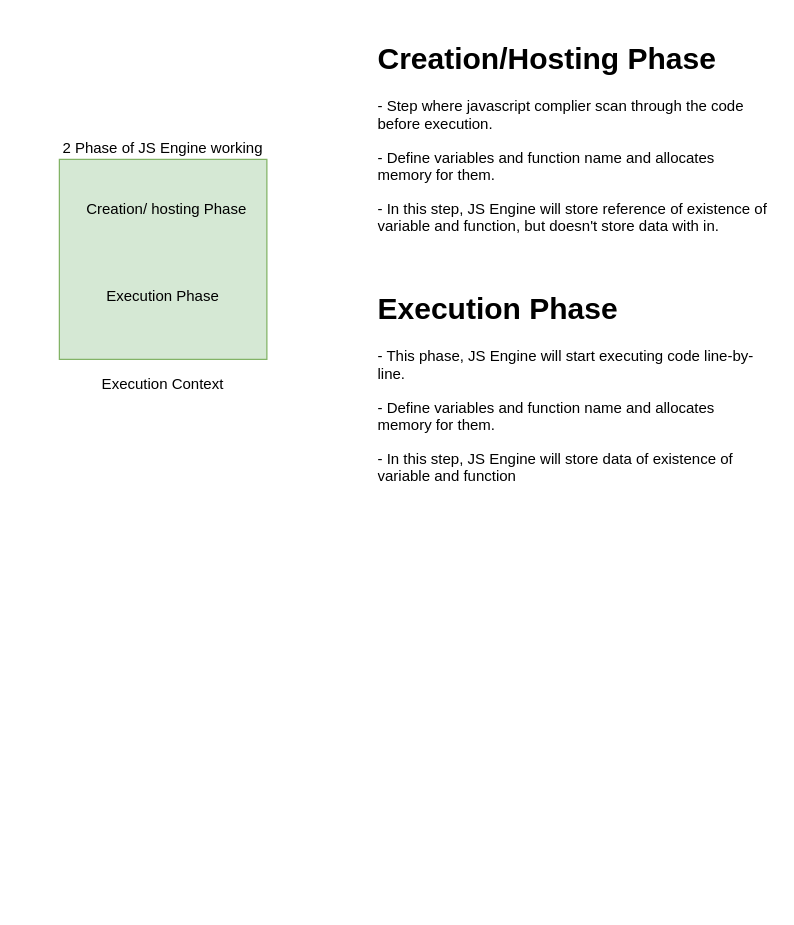
Above: page "001 - What is two phase of JS" (1 of 4) of diagram/Execution Stack.drawio in shashankshetty1996/pb-javascript-course (draw.io), before the change. Source tidied: cells renumbered, new cells numbered last; positions are measured from the earlier drawing's top-left corner, leaving out a move shared by most shapes. Both pictures are drawn from the tidied source at 125%, with x=0, y=0 at pixel (59, 34).
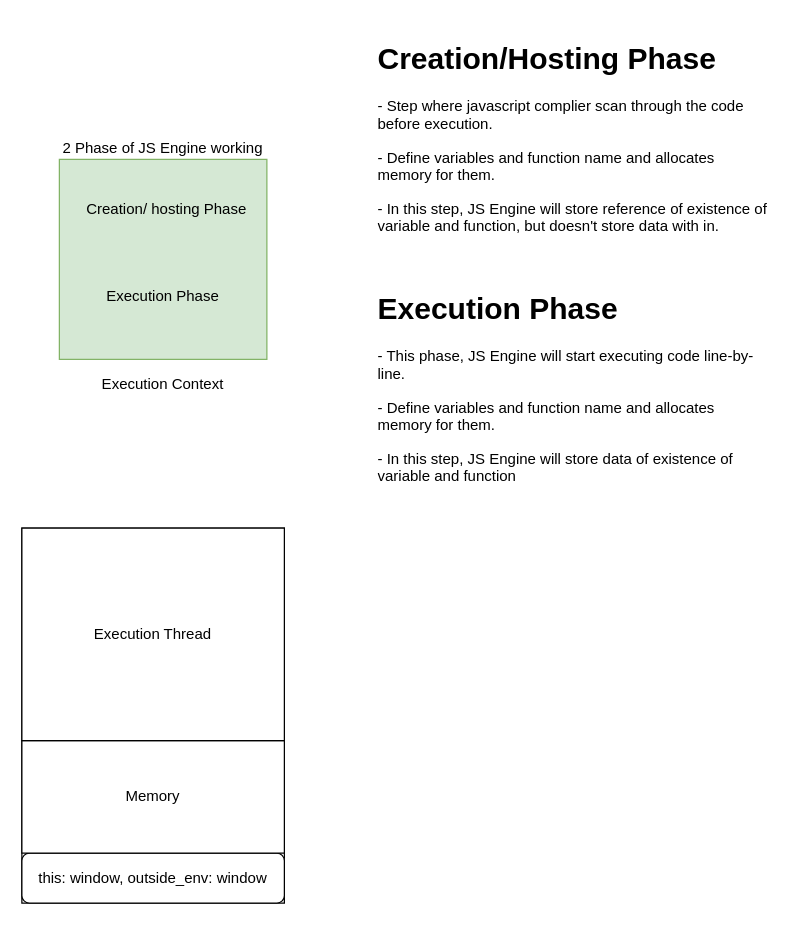
Above is the later version.

Commit message (it also covers changes not shown here):
Execution context function scope and this

Diff of the diagram source:
```diff
@@
 <mxGraphModel>
   <root>
     <mxCell id="0" />
     <mxCell id="1" parent="0" />
     <mxCell id="2" value="2 Phase of JS Engine working" style="rounded=0;whiteSpace=wrap;html=1;labelPosition=center;verticalLabelPosition=top;align=center;verticalAlign=bottom;fillColor=#d5e8d4;strokeColor=#82b366;" parent="1" vertex="1">
       <mxGeometry y="100" width="166" height="160" as="geometry" />
     </mxCell>
     <mxCell id="3" value="Creation/ hosting Phase" style="text;html=1;strokeColor=none;fillColor=none;align=center;verticalAlign=middle;whiteSpace=wrap;rounded=0;" parent="1" vertex="1">
       <mxGeometry x="6" y="130" width="160" height="20" as="geometry" />
     </mxCell>
     <mxCell id="4" value="Execution Phase" style="text;html=1;strokeColor=none;fillColor=none;align=center;verticalAlign=middle;whiteSpace=wrap;rounded=0;" parent="1" vertex="1">
       <mxGeometry x="3" y="200" width="160" height="20" as="geometry" />
     </mxCell>
     <mxCell id="5" value="Execution Context" style="text;html=1;strokeColor=none;fillColor=none;align=center;verticalAlign=middle;whiteSpace=wrap;rounded=0;" parent="1" vertex="1">
       <mxGeometry x="20" y="270" width="126" height="20" as="geometry" />
     </mxCell>
     <mxCell id="6" value="&lt;h1&gt;Creation/Hosting Phase&lt;/h1&gt;&lt;p&gt;- Step where javascript complier scan through the code before execution.&lt;/p&gt;&lt;p&gt;&lt;span&gt;- Define variables and function name and allocates memory for them.&lt;/span&gt;&lt;/p&gt;&lt;p&gt;&lt;span&gt;- In this step, JS Engine will store reference of existence of variable and function, but doesn't store data with in.&lt;/span&gt;&lt;/p&gt;&lt;p&gt;&lt;span&gt;&lt;br&gt;&lt;/span&gt;&lt;/p&gt;" style="text;html=1;strokeColor=none;fillColor=none;spacing=5;spacingTop=-20;whiteSpace=wrap;overflow=hidden;rounded=0;" parent="1" vertex="1">
       <mxGeometry x="250" width="320" height="160" as="geometry" />
     </mxCell>
     <mxCell id="7" value="&lt;h1&gt;Execution Phase&lt;/h1&gt;&lt;p&gt;- This phase, JS Engine will start executing code line-by-line.&lt;/p&gt;&lt;p&gt;&lt;span&gt;- Define variables and function name and allocates memory for them.&lt;/span&gt;&lt;/p&gt;&lt;p&gt;&lt;span&gt;- In this step, JS Engine will store&lt;/span&gt;&amp;nbsp;data&lt;span&gt;&amp;nbsp;of existence of variable and function&lt;/span&gt;&lt;/p&gt;&lt;p&gt;&lt;span&gt;&lt;br&gt;&lt;/span&gt;&lt;/p&gt;" style="text;html=1;strokeColor=none;fillColor=none;spacing=5;spacingTop=-20;whiteSpace=wrap;overflow=hidden;rounded=0;" parent="1" vertex="1">
       <mxGeometry x="250" y="200" width="320" height="160" as="geometry" />
     </mxCell>
+    <mxCell id="8" style="rounded=0;whiteSpace=wrap;html=1;" parent="1" vertex="1">
+      <mxGeometry x="-30" y="395" width="210" height="300" as="geometry" />
+    </mxCell>
+    <mxCell id="9" value="this: window, outside_env: window" style="rounded=1;whiteSpace=wrap;html=1;" parent="1" vertex="1">
+      <mxGeometry x="-30" y="655" width="210" height="40" as="geometry" />
+    </mxCell>
+    <mxCell id="10" value="Memory" style="rounded=0;whiteSpace=wrap;html=1;" parent="1" vertex="1">
+      <mxGeometry x="-30" y="565" width="210" height="90" as="geometry" />
+    </mxCell>
+    <mxCell id="11" value="Execution Thread" style="rounded=0;whiteSpace=wrap;html=1;" parent="1" vertex="1">
+      <mxGeometry x="-30" y="395" width="210" height="170" as="geometry" />
+    </mxCell>
   </root>
 </mxGraphModel>
```
